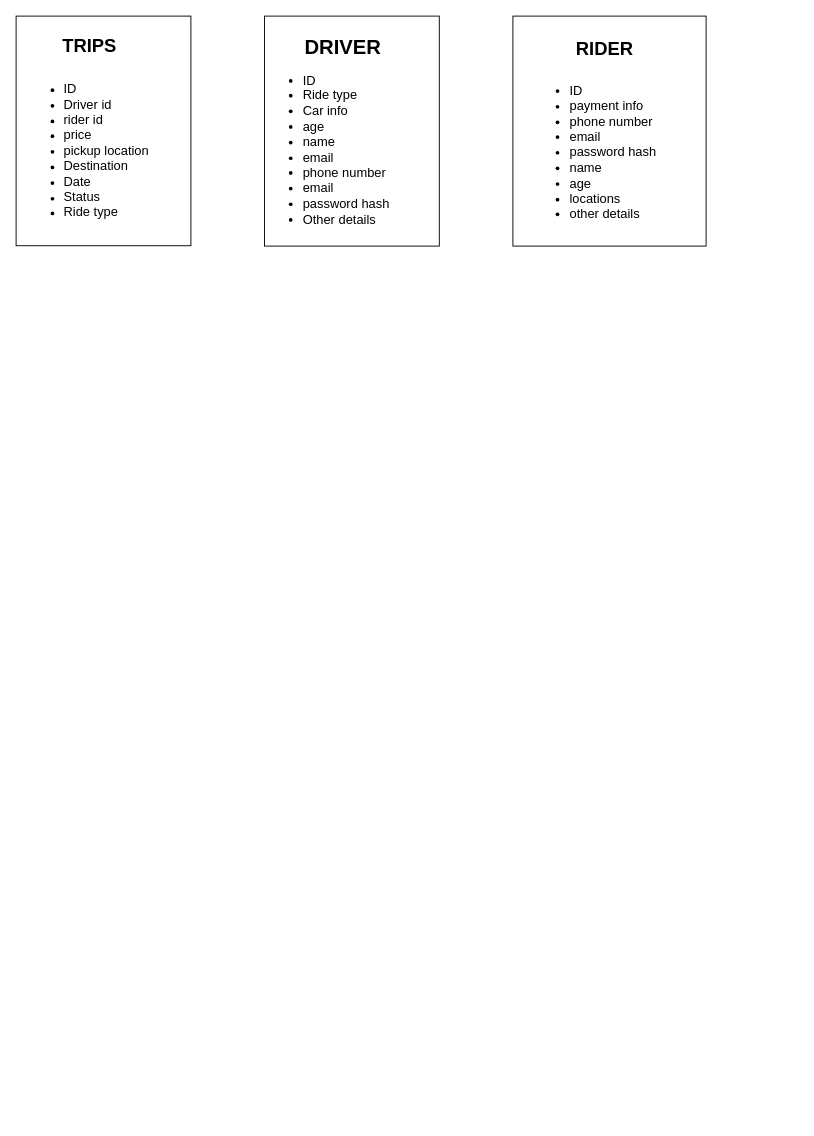
Aparup123/Drawio keeps this draw.io diagram as nb_rides.drawio. Above is the earlier version. Source tidied: cells renumbered, new cells numbered last; positions are measured from the earlier drawing's top-left corner, leaving out a move shared by most shapes. Both pictures are drawn from the tidied source at 92%, with x=0, y=0 at pixel (16, 16).
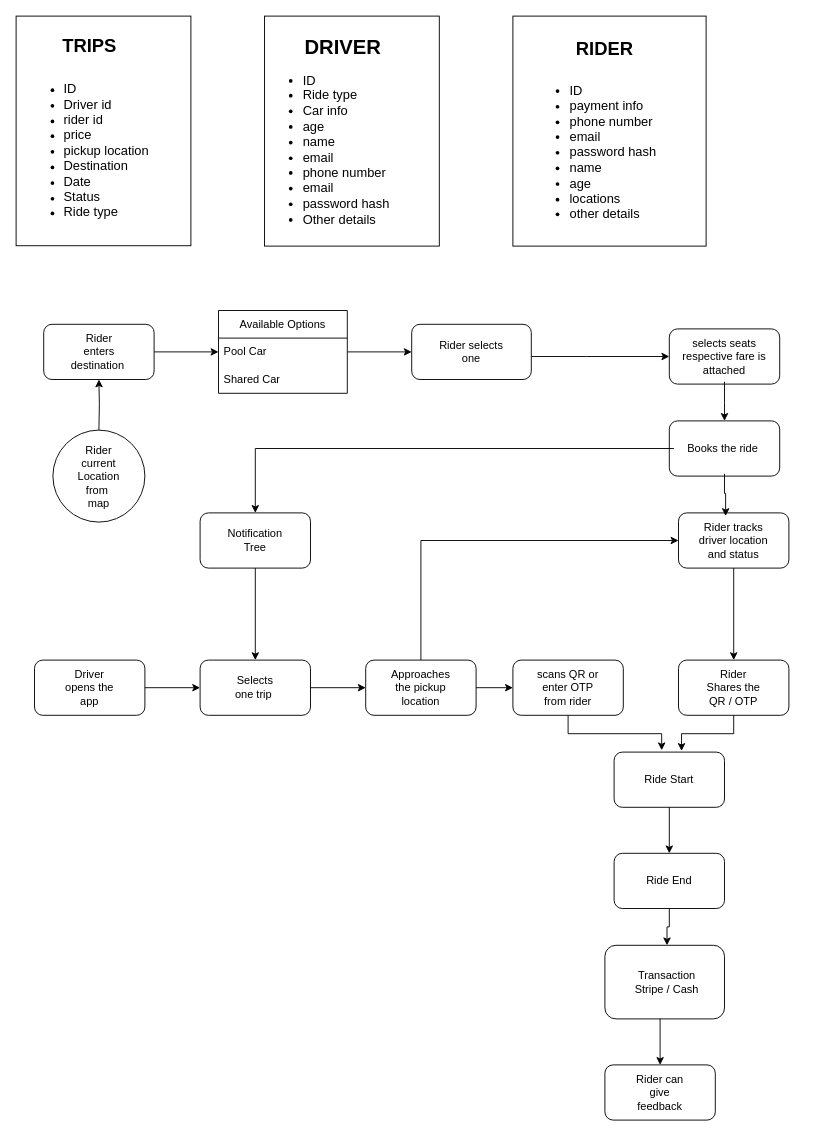
The same page after the edit.

Diff of the diagram source:
```diff
@@
+    <mxCell id="14" style="group;" parent="1" vertex="1">
+      <mxGeometry x="30" y="335" width="120" height="60" as="geometry" />
+    </mxCell>
+    <mxCell id="15" style="rounded=1;whiteSpace=wrap;html=1;" parent="14" vertex="1">
+      <mxGeometry width="120" height="60" as="geometry" />
+    </mxCell>
+    <mxCell id="16" value="Rider enters destination&amp;nbsp;" style="text;html=1;align=center;verticalAlign=middle;whiteSpace=wrap;rounded=0;" parent="14" vertex="1">
+      <mxGeometry x="27.5" y="15" width="65" height="30" as="geometry" />
+    </mxCell>
+    <mxCell id="17" style="group;" parent="1" vertex="1">
+      <mxGeometry x="430" y="335" width="130" height="60" as="geometry" />
+    </mxCell>
+    <mxCell id="18" style="rounded=1;whiteSpace=wrap;html=1;" parent="17" vertex="1">
+      <mxGeometry width="130" height="60" as="geometry" />
+    </mxCell>
+    <mxCell id="19" value="Rider selects one" style="text;html=1;align=center;verticalAlign=middle;whiteSpace=wrap;rounded=0;" parent="17" vertex="1">
+      <mxGeometry x="27.1" y="10" width="75.8" height="40" as="geometry" />
+    </mxCell>
+    <mxCell id="20" style="group;" parent="1" vertex="1">
+      <mxGeometry x="710" y="340" width="140" height="70" as="geometry" />
+    </mxCell>
+    <mxCell id="21" style="group;" parent="20" vertex="1">
+      <mxGeometry width="120" height="60" as="geometry" />
+    </mxCell>
+    <mxCell id="22" style="rounded=1;whiteSpace=wrap;html=1;" parent="21" vertex="1">
+      <mxGeometry width="120" height="60" as="geometry" />
+    </mxCell>
+    <mxCell id="23" value="selects seats&lt;div&gt;respective fare is attached&lt;/div&gt;" style="text;html=1;align=center;verticalAlign=middle;whiteSpace=wrap;rounded=0;" parent="21" vertex="1">
+      <mxGeometry x="5" y="2.5" width="110" height="55" as="geometry" />
+    </mxCell>
+    <mxCell id="24" value="Available Options" style="swimlane;fontStyle=0;horizontal=1;startSize=30;whiteSpace=wrap;html=1;" parent="1" vertex="1">
+      <mxGeometry x="220" y="320" width="140" height="90" as="geometry" />
+    </mxCell>
+    <mxCell id="25" value="Pool Car" style="text;strokeColor=none;fillColor=none;align=left;verticalAlign=middle;spacingLeft=4;spacingRight=4;overflow=hidden;points=[[0,0.5],[1,0.5]];portConstraint=eastwest;whiteSpace=wrap;html=1;" parent="24" vertex="1">
+      <mxGeometry y="30" width="140" height="30" as="geometry" />
+    </mxCell>
+    <mxCell id="26" value="Shared Car" style="text;strokeColor=none;fillColor=none;align=left;verticalAlign=middle;spacingLeft=4;spacingRight=4;overflow=hidden;whiteSpace=wrap;html=1;" parent="24" vertex="1">
+      <mxGeometry y="60" width="140" height="30" as="geometry" />
+    </mxCell>
+    <mxCell id="27" style="edgeStyle=orthogonalEdgeStyle;rounded=0;jettySize=auto;html=1;entryX=0;entryY=0.5;entryDx=0;entryDy=0;" parent="1" edge="1" source="15" target="25">
+      <mxGeometry relative="1" as="geometry" />
+    </mxCell>
+    <mxCell id="28" style="edgeStyle=orthogonalEdgeStyle;rounded=0;jettySize=auto;html=1;exitX=1;exitY=0.5;exitDx=0;exitDy=0;" parent="1" edge="1" source="25" target="18">
+      <mxGeometry relative="1" as="geometry" />
+    </mxCell>
+    <mxCell id="29" style="edgeStyle=orthogonalEdgeStyle;rounded=0;jettySize=auto;html=1;entryX=0;entryY=0.5;entryDx=0;entryDy=0;" parent="1" edge="1" source="18" target="22">
+      <mxGeometry relative="1" as="geometry">
+        <Array as="points">
+          <mxPoint x="620" y="370" />
+          <mxPoint x="620" y="370" />
+        </Array>
+      </mxGeometry>
+    </mxCell>
+    <mxCell id="30" style="group;" parent="1" vertex="1">
+      <mxGeometry x="40" y="450" width="100" height="100" as="geometry" />
+    </mxCell>
+    <mxCell id="31" style="ellipse;whiteSpace=wrap;html=1;" parent="30" vertex="1">
+      <mxGeometry width="100" height="100" as="geometry" />
+    </mxCell>
+    <mxCell id="32" value="Rider&lt;div&gt;current Location&lt;div&gt;from&amp;nbsp;&lt;/div&gt;&lt;div&gt;map&lt;/div&gt;&lt;/div&gt;" style="text;html=1;align=center;verticalAlign=middle;whiteSpace=wrap;rounded=0;" parent="30" vertex="1">
+      <mxGeometry x="10" y="11.9" width="80" height="78.1" as="geometry" />
+    </mxCell>
+    <mxCell id="33" style="edgeStyle=orthogonalEdgeStyle;rounded=0;jettySize=auto;html=1;entryX=0.5;entryY=1;entryDx=0;entryDy=0;" parent="1" edge="1" target="15">
+      <mxGeometry relative="1" as="geometry">
+        <mxPoint x="90" y="450" as="sourcePoint" />
+      </mxGeometry>
+    </mxCell>
+    <mxCell id="34" style="group;" parent="1" vertex="1">
+      <mxGeometry x="710" y="440" width="120" height="60" as="geometry" />
+    </mxCell>
+    <mxCell id="35" style="rounded=1;whiteSpace=wrap;html=1;" parent="34" vertex="1">
+      <mxGeometry width="120" height="60" as="geometry" />
+    </mxCell>
+    <mxCell id="36" value="Books the ride&amp;nbsp;" style="text;html=1;align=center;verticalAlign=middle;whiteSpace=wrap;rounded=0;" parent="34" vertex="1">
+      <mxGeometry x="5" y="2.5" width="110" height="55" as="geometry" />
+    </mxCell>
+    <mxCell id="37" style="edgeStyle=orthogonalEdgeStyle;rounded=0;jettySize=auto;html=1;exitX=0.5;exitY=1;exitDx=0;exitDy=0;entryX=0.5;entryY=0;entryDx=0;entryDy=0;" parent="1" edge="1" source="23" target="35">
+      <mxGeometry relative="1" as="geometry">
+        <Array as="points">
+          <mxPoint x="770" y="420" />
+          <mxPoint x="770" y="420" />
+        </Array>
+      </mxGeometry>
+    </mxCell>
+    <mxCell id="38" style="group;" parent="1" vertex="1">
+      <mxGeometry x="20" y="700" width="120" height="60" as="geometry" />
+    </mxCell>
+    <mxCell id="39" style="rounded=1;whiteSpace=wrap;html=1;" parent="38" vertex="1">
+      <mxGeometry width="120" height="60" as="geometry" />
+    </mxCell>
+    <mxCell id="40" value="Driver opens the app" style="text;html=1;align=center;verticalAlign=middle;whiteSpace=wrap;rounded=0;" parent="38" vertex="1">
+      <mxGeometry x="30" y="15" width="60" height="30" as="geometry" />
+    </mxCell>
+    <mxCell id="41" style="group;" parent="1" vertex="1">
+      <mxGeometry x="380" y="700" width="120" height="60" as="geometry" />
+    </mxCell>
+    <mxCell id="42" style="rounded=1;whiteSpace=wrap;html=1;" parent="41" vertex="1">
+      <mxGeometry width="120" height="60" as="geometry" />
+    </mxCell>
+    <mxCell id="43" value="Approaches the pickup location" style="text;html=1;align=center;verticalAlign=middle;whiteSpace=wrap;rounded=0;" parent="41" vertex="1">
+      <mxGeometry x="30" y="15" width="60" height="30" as="geometry" />
+    </mxCell>
+    <mxCell id="44" style="group;" parent="1" vertex="1">
+      <mxGeometry x="200" y="540" width="120" height="60" as="geometry" />
+    </mxCell>
+    <mxCell id="45" style="rounded=1;whiteSpace=wrap;html=1;" parent="44" vertex="1">
+      <mxGeometry width="120" height="60" as="geometry" />
+    </mxCell>
+    <mxCell id="46" value="Notification Tree" style="text;html=1;align=center;verticalAlign=middle;whiteSpace=wrap;rounded=0;" parent="44" vertex="1">
+      <mxGeometry x="30" y="15" width="60" height="30" as="geometry" />
+    </mxCell>
+    <mxCell id="47" style="group;" parent="1" vertex="1">
+      <mxGeometry x="200" y="700" width="120" height="60" as="geometry" />
+    </mxCell>
+    <mxCell id="48" style="rounded=1;whiteSpace=wrap;html=1;" parent="47" vertex="1">
+      <mxGeometry width="120" height="60" as="geometry" />
+    </mxCell>
+    <mxCell id="49" value="Selects one trip&amp;nbsp;" style="text;html=1;align=center;verticalAlign=middle;whiteSpace=wrap;rounded=0;" parent="47" vertex="1">
+      <mxGeometry x="30" y="15" width="60" height="30" as="geometry" />
+    </mxCell>
+    <mxCell id="50" style="edgeStyle=orthogonalEdgeStyle;rounded=0;jettySize=auto;html=1;exitX=1;exitY=0.5;exitDx=0;exitDy=0;" parent="1" edge="1" source="39" target="48">
+      <mxGeometry relative="1" as="geometry" />
+    </mxCell>
+    <mxCell id="51" style="edgeStyle=orthogonalEdgeStyle;rounded=0;jettySize=auto;html=1;exitX=0.5;exitY=1;exitDx=0;exitDy=0;entryX=0.5;entryY=0;entryDx=0;entryDy=0;" parent="1" edge="1" source="45" target="48">
+      <mxGeometry relative="1" as="geometry" />
+    </mxCell>
+    <mxCell id="52" style="edgeStyle=orthogonalEdgeStyle;rounded=0;jettySize=auto;html=1;entryX=0;entryY=0.5;entryDx=0;entryDy=0;" parent="1" edge="1" source="48" target="42">
+      <mxGeometry relative="1" as="geometry" />
+    </mxCell>
+    <mxCell id="53" style="group;" parent="1" vertex="1">
+      <mxGeometry x="540" y="700" width="120" height="60" as="geometry" />
+    </mxCell>
+    <mxCell id="54" style="rounded=1;whiteSpace=wrap;html=1;" parent="53" vertex="1">
+      <mxGeometry width="120" height="60" as="geometry" />
+    </mxCell>
+    <mxCell id="55" value="scans QR or enter OTP from rider" style="text;html=1;align=center;verticalAlign=middle;whiteSpace=wrap;rounded=0;" parent="53" vertex="1">
+      <mxGeometry x="20" y="7.5" width="80" height="45" as="geometry" />
+    </mxCell>
+    <mxCell id="56" style="edgeStyle=orthogonalEdgeStyle;rounded=0;jettySize=auto;html=1;entryX=0;entryY=0.5;entryDx=0;entryDy=0;" parent="1" edge="1" source="42" target="54">
+      <mxGeometry relative="1" as="geometry" />
+    </mxCell>
+    <mxCell id="57" style="group;" parent="1" vertex="1">
+      <mxGeometry x="720" y="540" width="120" height="60" as="geometry" />
+    </mxCell>
+    <mxCell id="58" style="rounded=1;whiteSpace=wrap;html=1;" parent="57" vertex="1">
+      <mxGeometry width="120" height="60" as="geometry" />
+    </mxCell>
+    <mxCell id="59" value="Rider tracks driver location and status" style="text;html=1;align=center;verticalAlign=middle;whiteSpace=wrap;rounded=0;" parent="57" vertex="1">
+      <mxGeometry x="15" y="7.5" width="90" height="45" as="geometry" />
+    </mxCell>
+    <mxCell id="60" style="edgeStyle=orthogonalEdgeStyle;rounded=0;jettySize=auto;html=1;entryX=0.427;entryY=0.057;entryDx=0;entryDy=0;entryPerimeter=0;" parent="1" edge="1" source="36" target="58">
+      <mxGeometry relative="1" as="geometry" />
+    </mxCell>
+    <mxCell id="61" style="edgeStyle=orthogonalEdgeStyle;rounded=0;jettySize=auto;html=1;entryX=0;entryY=0.5;entryDx=0;entryDy=0;" parent="1" edge="1" source="42" target="58">
+      <mxGeometry relative="1" as="geometry">
+        <Array as="points">
+          <mxPoint x="440" y="570" />
+        </Array>
+      </mxGeometry>
+    </mxCell>
+    <mxCell id="62" style="group;" parent="1" vertex="1">
+      <mxGeometry x="720" y="700" width="120" height="60" as="geometry" />
+    </mxCell>
+    <mxCell id="63" style="rounded=1;whiteSpace=wrap;html=1;" parent="62" vertex="1">
+      <mxGeometry width="120" height="60" as="geometry" />
+    </mxCell>
+    <mxCell id="64" value="Rider Shares the QR / OTP" style="text;html=1;align=center;verticalAlign=middle;whiteSpace=wrap;rounded=0;" parent="62" vertex="1">
+      <mxGeometry x="25" y="12.5" width="70" height="35" as="geometry" />
+    </mxCell>
+    <mxCell id="65" style="edgeStyle=orthogonalEdgeStyle;rounded=0;jettySize=auto;html=1;entryX=0.5;entryY=0;entryDx=0;entryDy=0;" parent="1" edge="1" source="36" target="45">
+      <mxGeometry relative="1" as="geometry" />
+    </mxCell>
+    <mxCell id="66" style="edgeStyle=orthogonalEdgeStyle;rounded=0;jettySize=auto;html=1;entryX=0.5;entryY=0;entryDx=0;entryDy=0;" parent="1" edge="1" source="58" target="63">
+      <mxGeometry relative="1" as="geometry" />
+    </mxCell>
+    <mxCell id="67" style="group;" parent="1" vertex="1">
+      <mxGeometry x="650" y="800" width="120" height="60" as="geometry" />
+    </mxCell>
+    <mxCell id="68" style="rounded=1;whiteSpace=wrap;html=1;" parent="67" vertex="1">
+      <mxGeometry width="120" height="60" as="geometry" />
+    </mxCell>
+    <mxCell id="69" value="Ride Start" style="text;html=1;align=center;verticalAlign=middle;whiteSpace=wrap;rounded=0;" parent="67" vertex="1">
+      <mxGeometry x="30" y="15" width="60" height="30" as="geometry" />
+    </mxCell>
+    <mxCell id="70" style="edgeStyle=orthogonalEdgeStyle;rounded=0;jettySize=auto;html=1;entryX=0.611;entryY=-0.021;entryDx=0;entryDy=0;entryPerimeter=0;" parent="1" edge="1" source="63" target="68">
+      <mxGeometry relative="1" as="geometry" />
+    </mxCell>
+    <mxCell id="71" style="edgeStyle=orthogonalEdgeStyle;rounded=0;jettySize=auto;html=1;entryX=0.431;entryY=-0.033;entryDx=0;entryDy=0;entryPerimeter=0;" parent="1" edge="1" source="54" target="68">
+      <mxGeometry relative="1" as="geometry" />
+    </mxCell>
+    <mxCell id="72" style="group;" parent="1" vertex="1">
+      <mxGeometry x="650" y="910" width="120" height="60" as="geometry" />
+    </mxCell>
+    <mxCell id="73" style="rounded=1;whiteSpace=wrap;html=1;" parent="72" vertex="1">
+      <mxGeometry width="120" height="60" as="geometry" />
+    </mxCell>
+    <mxCell id="74" value="Ride End" style="text;html=1;align=center;verticalAlign=middle;whiteSpace=wrap;rounded=0;" parent="72" vertex="1">
+      <mxGeometry x="30" y="15" width="60" height="30" as="geometry" />
+    </mxCell>
+    <mxCell id="75" style="group;" parent="1" vertex="1">
+      <mxGeometry x="640" y="1010" width="130" height="100" as="geometry" />
+    </mxCell>
+    <mxCell id="76" style="rounded=1;whiteSpace=wrap;html=1;" parent="75" vertex="1">
+      <mxGeometry width="130" height="80" as="geometry" />
+    </mxCell>
+    <mxCell id="77" value="Transaction&lt;div&gt;&lt;span style=&quot;background-color: initial;&quot;&gt;Stripe /&amp;nbsp;&lt;/span&gt;&lt;span style=&quot;background-color: initial;&quot;&gt;Cash&lt;/span&gt;&lt;/div&gt;" style="text;html=1;align=center;verticalAlign=middle;whiteSpace=wrap;rounded=0;" parent="75" vertex="1">
+      <mxGeometry x="15" width="105" height="80" as="geometry" />
+    </mxCell>
+    <mxCell id="78" style="edgeStyle=orthogonalEdgeStyle;rounded=0;jettySize=auto;html=1;entryX=0.5;entryY=0;entryDx=0;entryDy=0;" parent="1" edge="1" source="68" target="73">
+      <mxGeometry relative="1" as="geometry" />
+    </mxCell>
+    <mxCell id="79" style="edgeStyle=orthogonalEdgeStyle;rounded=0;jettySize=auto;html=1;entryX=0.5;entryY=0;entryDx=0;entryDy=0;" parent="1" edge="1" source="73" target="77">
+      <mxGeometry relative="1" as="geometry" />
+    </mxCell>
+    <mxCell id="80" style="group;" parent="1" vertex="1">
+      <mxGeometry x="640" y="1140" width="120" height="60" as="geometry" />
+    </mxCell>
+    <mxCell id="81" style="rounded=1;whiteSpace=wrap;html=1;" parent="80" vertex="1">
+      <mxGeometry width="120" height="60" as="geometry" />
+    </mxCell>
+    <mxCell id="82" value="Rider can give feedback" style="text;html=1;align=center;verticalAlign=middle;whiteSpace=wrap;rounded=0;" parent="80" vertex="1">
+      <mxGeometry x="30" y="15" width="60" height="30" as="geometry" />
+    </mxCell>
+    <mxCell id="83" style="edgeStyle=orthogonalEdgeStyle;rounded=0;jettySize=auto;html=1;entryX=0.5;entryY=0;entryDx=0;entryDy=0;" parent="1" edge="1" source="77" target="81">
+      <mxGeometry relative="1" as="geometry">
+        <Array as="points">
+          <mxPoint x="700" y="1140" />
+          <mxPoint x="700" y="1140" />
+        </Array>
+      </mxGeometry>
+    </mxCell>
```
